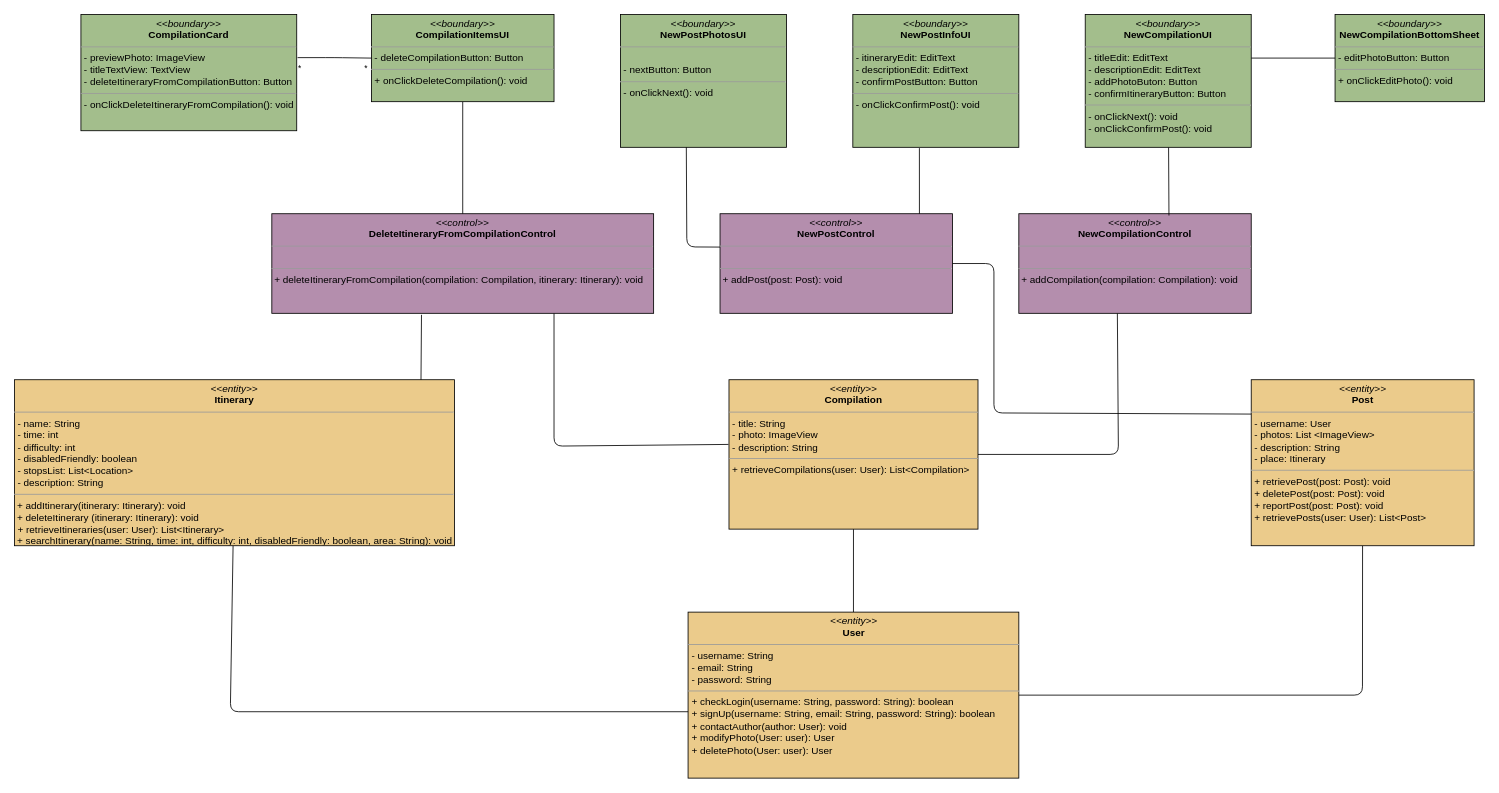
archer-65/natour-2122 keeps this draw.io diagram as page "Aggiungi post + compilation" (8 of 10) of docs/ECB.drawio. Above is the earlier version. Source tidied: cells renumbered, new cells numbered last; positions are measured from the earlier drawing's top-left corner, leaving out a move shared by most shapes. Both pictures are drawn from the tidied source at 83%, with x=0, y=0 at pixel (14, 14).
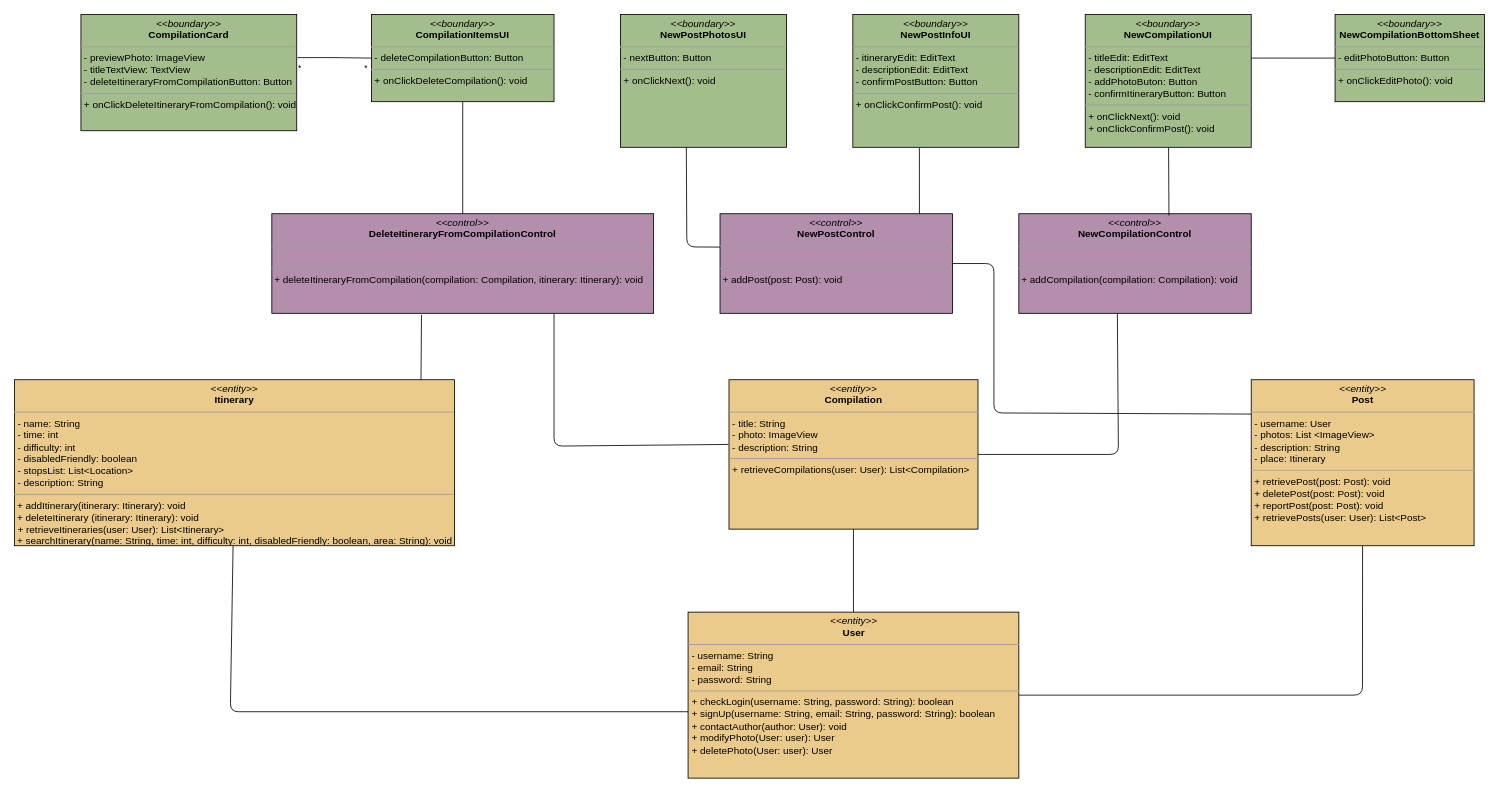
The same diagram, later.

What changed in the source:
```diff
@@
-    <mxCell id="3" value="&lt;p style=&quot;margin: 0px ; margin-top: 4px ; text-align: center&quot;&gt;&lt;i&gt;&amp;lt;&amp;lt;boundary&amp;gt;&amp;gt;&lt;/i&gt;&lt;br&gt;&lt;b&gt;NewPostPhotosUI&lt;/b&gt;&lt;/p&gt;&lt;hr size=&quot;1&quot;&gt;&lt;p style=&quot;margin: 0px ; margin-left: 4px&quot;&gt;&lt;span&gt;&lt;br&gt;&lt;/span&gt;&lt;/p&gt;&lt;p style=&quot;margin: 0px ; margin-left: 4px&quot;&gt;&lt;span&gt;- nextButton: Button&lt;/span&gt;&lt;/p&gt;&lt;hr size=&quot;1&quot;&gt;&lt;p style=&quot;margin: 0px 0px 0px 4px&quot;&gt;- onClickNext(): void&lt;/p&gt;" style="verticalAlign=top;align=left;overflow=fill;fontSize=12;fontFamily=Helvetica;html=1;fillColor=#A3BE8C;" parent="1" vertex="1">
+    <mxCell id="3" value="&lt;p style=&quot;margin: 0px ; margin-top: 4px ; text-align: center&quot;&gt;&lt;i&gt;&amp;lt;&amp;lt;boundary&amp;gt;&amp;gt;&lt;/i&gt;&lt;br&gt;&lt;b&gt;NewPostPhotosUI&lt;/b&gt;&lt;/p&gt;&lt;hr size=&quot;1&quot;&gt;&lt;p style=&quot;margin: 0px ; margin-left: 4px&quot;&gt;&lt;span&gt;- nextButton: Button&lt;/span&gt;&lt;br&gt;&lt;/p&gt;&lt;hr size=&quot;1&quot;&gt;&lt;p style=&quot;margin: 0px 0px 0px 4px&quot;&gt;+ onClickNext(): void&lt;/p&gt;" style="verticalAlign=top;align=left;overflow=fill;fontSize=12;fontFamily=Helvetica;html=1;fillColor=#A3BE8C;" parent="1" vertex="1">
       <mxGeometry x="730" width="200" height="160" as="geometry" />
     </mxCell>
@@
-    <mxCell id="5" value="&lt;p style=&quot;margin: 0px ; margin-top: 4px ; text-align: center&quot;&gt;&lt;i&gt;&amp;lt;&amp;lt;boundary&amp;gt;&amp;gt;&lt;/i&gt;&lt;br&gt;&lt;b&gt;NewPostInfoUI&lt;/b&gt;&lt;/p&gt;&lt;hr size=&quot;1&quot;&gt;&lt;p style=&quot;margin: 0px ; margin-left: 4px&quot;&gt;- itineraryEdit: EditText&lt;/p&gt;&lt;p style=&quot;margin: 0px ; margin-left: 4px&quot;&gt;- descriptionEdit: EditText&lt;/p&gt;&lt;p style=&quot;margin: 0px ; margin-left: 4px&quot;&gt;&lt;span&gt;- confirmPostButton: Button&lt;/span&gt;&lt;/p&gt;&lt;hr size=&quot;1&quot;&gt;&lt;p style=&quot;margin: 0px 0px 0px 4px&quot;&gt;&lt;span&gt;- onClickConfirmPost(): void&lt;/span&gt;&lt;br&gt;&lt;/p&gt;" style="verticalAlign=top;align=left;overflow=fill;fontSize=12;fontFamily=Helvetica;html=1;fillColor=#A3BE8C;" parent="1" vertex="1">
+    <mxCell id="5" value="&lt;p style=&quot;margin: 0px ; margin-top: 4px ; text-align: center&quot;&gt;&lt;i&gt;&amp;lt;&amp;lt;boundary&amp;gt;&amp;gt;&lt;/i&gt;&lt;br&gt;&lt;b&gt;NewPostInfoUI&lt;/b&gt;&lt;/p&gt;&lt;hr size=&quot;1&quot;&gt;&lt;p style=&quot;margin: 0px ; margin-left: 4px&quot;&gt;- itineraryEdit: EditText&lt;/p&gt;&lt;p style=&quot;margin: 0px ; margin-left: 4px&quot;&gt;- descriptionEdit: EditText&lt;/p&gt;&lt;p style=&quot;margin: 0px ; margin-left: 4px&quot;&gt;&lt;span&gt;- confirmPostButton: Button&lt;/span&gt;&lt;/p&gt;&lt;hr size=&quot;1&quot;&gt;&lt;p style=&quot;margin: 0px 0px 0px 4px&quot;&gt;&lt;span&gt;+ onClickConfirmPost(): void&lt;/span&gt;&lt;br&gt;&lt;/p&gt;" style="verticalAlign=top;align=left;overflow=fill;fontSize=12;fontFamily=Helvetica;html=1;fillColor=#A3BE8C;" parent="1" vertex="1">
       <mxGeometry x="1010" width="200" height="160" as="geometry" />
     </mxCell>
@@
-    <mxCell id="11" value="&lt;p style=&quot;margin: 0px ; margin-top: 4px ; text-align: center&quot;&gt;&lt;i&gt;&amp;lt;&amp;lt;boundary&amp;gt;&amp;gt;&lt;/i&gt;&lt;br&gt;&lt;b&gt;NewCompilationUI&lt;/b&gt;&lt;/p&gt;&lt;hr size=&quot;1&quot;&gt;&lt;p style=&quot;margin: 0px ; margin-left: 4px&quot;&gt;- titleEdit: EditText&lt;/p&gt;&lt;p style=&quot;margin: 0px ; margin-left: 4px&quot;&gt;- descriptionEdit: EditText&lt;/p&gt;&lt;p style=&quot;margin: 0px ; margin-left: 4px&quot;&gt;- addPhotoButon: Button&lt;/p&gt;&lt;p style=&quot;margin: 0px ; margin-left: 4px&quot;&gt;&lt;span&gt;- confirmItineraryButton: Button&lt;/span&gt;&lt;/p&gt;&lt;hr size=&quot;1&quot;&gt;&lt;p style=&quot;margin: 0px 0px 0px 4px&quot;&gt;- onClickNext(): void&lt;/p&gt;&lt;p style=&quot;margin: 0px 0px 0px 4px&quot;&gt;- onClickConfirmPost(): void&lt;/p&gt;" style="verticalAlign=top;align=left;overflow=fill;fontSize=12;fontFamily=Helvetica;html=1;fillColor=#A3BE8C;" parent="1" vertex="1">
+    <mxCell id="11" value="&lt;p style=&quot;margin: 0px ; margin-top: 4px ; text-align: center&quot;&gt;&lt;i&gt;&amp;lt;&amp;lt;boundary&amp;gt;&amp;gt;&lt;/i&gt;&lt;br&gt;&lt;b&gt;NewCompilationUI&lt;/b&gt;&lt;/p&gt;&lt;hr size=&quot;1&quot;&gt;&lt;p style=&quot;margin: 0px ; margin-left: 4px&quot;&gt;- titleEdit: EditText&lt;/p&gt;&lt;p style=&quot;margin: 0px ; margin-left: 4px&quot;&gt;- descriptionEdit: EditText&lt;/p&gt;&lt;p style=&quot;margin: 0px ; margin-left: 4px&quot;&gt;- addPhotoButon: Button&lt;/p&gt;&lt;p style=&quot;margin: 0px ; margin-left: 4px&quot;&gt;&lt;span&gt;- confirmItineraryButton: Button&lt;/span&gt;&lt;/p&gt;&lt;hr size=&quot;1&quot;&gt;&lt;p style=&quot;margin: 0px 0px 0px 4px&quot;&gt;+ onClickNext(): void&lt;/p&gt;&lt;p style=&quot;margin: 0px 0px 0px 4px&quot;&gt;+ onClickConfirmPost(): void&lt;/p&gt;" style="verticalAlign=top;align=left;overflow=fill;fontSize=12;fontFamily=Helvetica;html=1;fillColor=#A3BE8C;" parent="1" vertex="1">
       <mxGeometry x="1290" width="200" height="160" as="geometry" />
     </mxCell>
@@
-    <mxCell id="20" value="&lt;p style=&quot;margin: 0px ; margin-top: 4px ; text-align: center&quot;&gt;&lt;i&gt;&amp;lt;&amp;lt;boundary&amp;gt;&amp;gt;&lt;/i&gt;&lt;br&gt;&lt;b&gt;CompilationCard&lt;/b&gt;&lt;/p&gt;&lt;hr size=&quot;1&quot;&gt;&lt;p style=&quot;margin: 0px ; margin-left: 4px&quot;&gt;- previewPhoto: ImageView&lt;span&gt;&lt;br&gt;&lt;/span&gt;&lt;/p&gt;&lt;p style=&quot;margin: 0px ; margin-left: 4px&quot;&gt;&lt;span&gt;- titleTextView: TextView&lt;/span&gt;&lt;br&gt;&lt;/p&gt;&lt;p style=&quot;margin: 0px ; margin-left: 4px&quot;&gt;- deleteItineraryFromCompilationButton: Button&lt;/p&gt;&lt;hr size=&quot;1&quot;&gt;&lt;p style=&quot;margin: 0px 0px 0px 4px&quot;&gt;- onClickDeleteItineraryFromCompilation(): void&lt;/p&gt;" style="verticalAlign=top;align=left;overflow=fill;fontSize=12;fontFamily=Helvetica;html=1;fillColor=#A3BE8C;" parent="1" vertex="1">
+    <mxCell id="20" value="&lt;p style=&quot;margin: 0px ; margin-top: 4px ; text-align: center&quot;&gt;&lt;i&gt;&amp;lt;&amp;lt;boundary&amp;gt;&amp;gt;&lt;/i&gt;&lt;br&gt;&lt;b&gt;CompilationCard&lt;/b&gt;&lt;/p&gt;&lt;hr size=&quot;1&quot;&gt;&lt;p style=&quot;margin: 0px ; margin-left: 4px&quot;&gt;- previewPhoto: ImageView&lt;span&gt;&lt;br&gt;&lt;/span&gt;&lt;/p&gt;&lt;p style=&quot;margin: 0px ; margin-left: 4px&quot;&gt;&lt;span&gt;- titleTextView: TextView&lt;/span&gt;&lt;br&gt;&lt;/p&gt;&lt;p style=&quot;margin: 0px ; margin-left: 4px&quot;&gt;- deleteItineraryFromCompilationButton: Button&lt;/p&gt;&lt;hr size=&quot;1&quot;&gt;&lt;p style=&quot;margin: 0px 0px 0px 4px&quot;&gt;+ onClickDeleteItineraryFromCompilation(): void&lt;/p&gt;" style="verticalAlign=top;align=left;overflow=fill;fontSize=12;fontFamily=Helvetica;html=1;fillColor=#A3BE8C;" parent="1" vertex="1">
       <mxGeometry x="80" width="260" height="140" as="geometry" />
     </mxCell>
```
